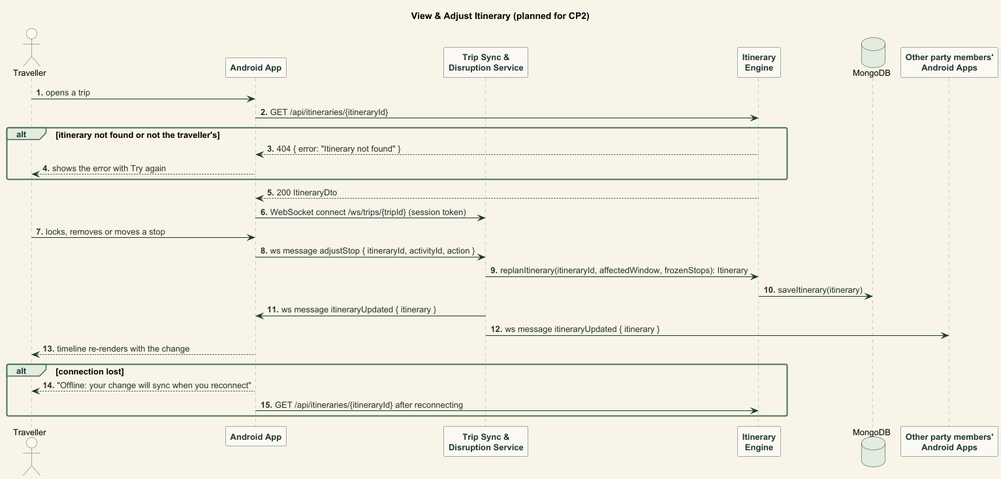
Earlier version of the PlantUML export documentation/images/seq_view_adjust_itinerary.png (abhiverma13/TimeTravel).
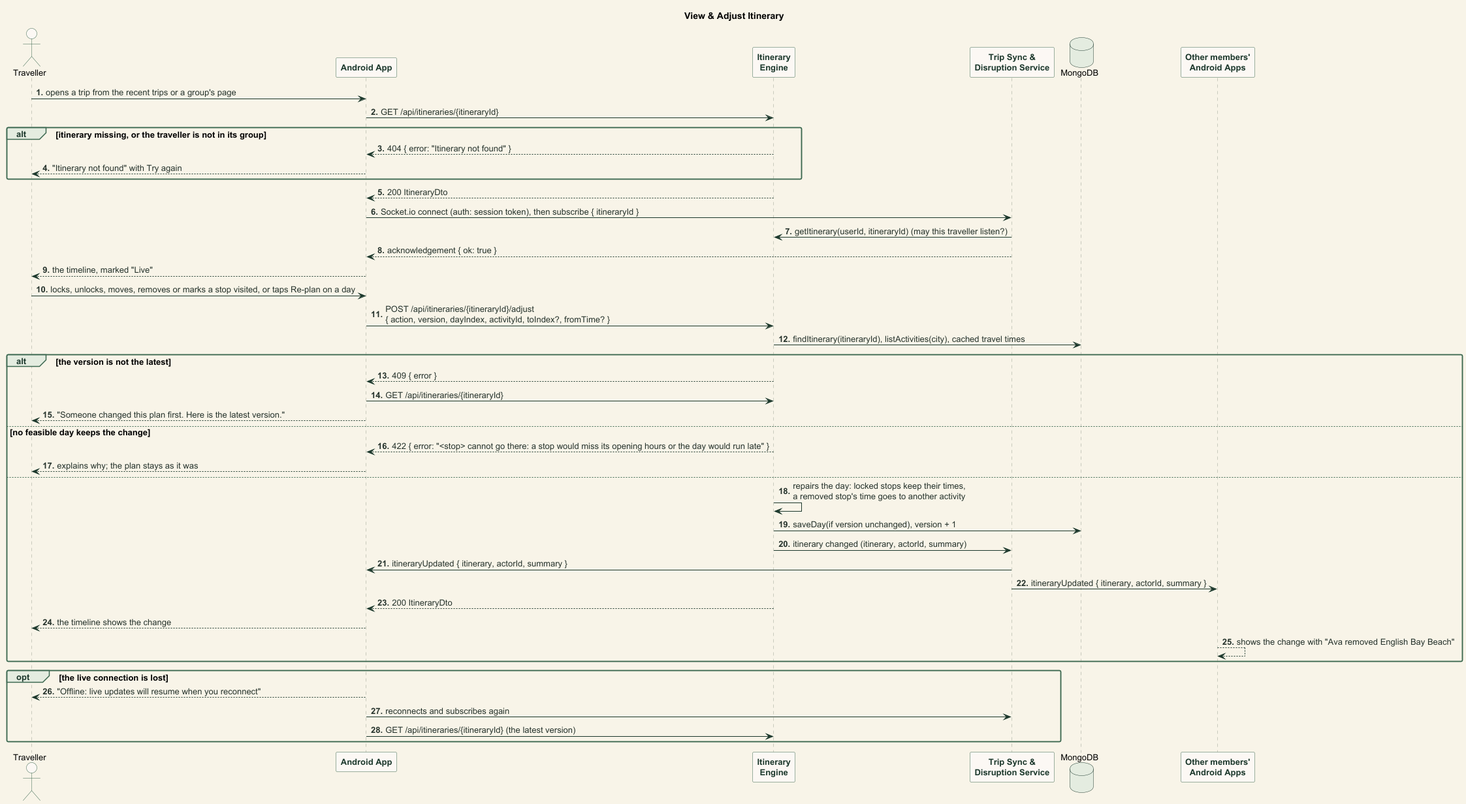
The same diagram one commit later.

What changed in the source:
```diff
@@ -1,31 +1,48 @@
 @startuml seq_view_adjust_itinerary
 !include style.iuml
-title View & Adjust Itinerary (planned for CP2)
+title View & Adjust Itinerary
 
 actor Traveller
 participant "Android App" as App
+participant "Itinerary\nEngine" as Engine
 participant "Trip Sync &\nDisruption Service" as Sync
-participant "Itinerary\nEngine" as Engine
 database MongoDB
-participant "Other party members'\nAndroid Apps" as Party
+participant "Other members'\nAndroid Apps" as Party
 
-Traveller -> App : opens a trip
+Traveller -> App : opens a trip from the recent trips or a group's page
 App -> Engine : GET /api/itineraries/{itineraryId}
-alt itinerary not found or not the traveller's
+alt itinerary missing, or the traveller is not in its group
   Engine --> App : 404 { error: "Itinerary not found" }
-  App --> Traveller : shows the error with Try again
+  App --> Traveller : "Itinerary not found" with Try again
 end
 Engine --> App : 200 ItineraryDto
-App -> Sync : WebSocket connect /ws/trips/{tripId} (session token)
-Traveller -> App : locks, removes or moves a stop
-App -> Sync : ws message adjustStop { itineraryId, activityId, action }
-Sync -> Engine : replanItinerary(itineraryId, affectedWindow, frozenStops): Itinerary
-Engine -> MongoDB : saveItinerary(itinerary)
-Sync -> App : ws message itineraryUpdated { itinerary }
-Sync -> Party : ws message itineraryUpdated { itinerary }
-App --> Traveller : timeline re-renders with the change
-alt connection lost
-  App --> Traveller : "Offline: your change will sync when you reconnect"
-  App -> Engine : GET /api/itineraries/{itineraryId} after reconnecting
+App -> Sync : Socket.io connect (auth: session token), then subscribe { itineraryId }
+Sync -> Engine : getItinerary(userId, itineraryId) (may this traveller listen?)
+Sync --> App : acknowledgement { ok: true }
+App --> Traveller : the timeline, marked "Live"
+Traveller -> App : locks, unlocks, moves, removes or marks a stop visited, or taps Re-plan on a day
+App -> Engine : POST /api/itineraries/{itineraryId}/adjust\n{ action, version, dayIndex, activityId, toIndex?, fromTime? }
+Engine -> MongoDB : findItinerary(itineraryId), listActivities(city), cached travel times
+alt the version is not the latest
+  Engine --> App : 409 { error }
+  App -> Engine : GET /api/itineraries/{itineraryId}
+  App --> Traveller : "Someone changed this plan first. Here is the latest version."
+else no feasible day keeps the change
+  Engine --> App : 422 { error: "<stop> cannot go there: a stop would miss its opening hours or the day would run late" }
+  App --> Traveller : explains why; the plan stays as it was
+else
+  Engine -> Engine : repairs the day: locked stops keep their times,\na removed stop's time goes to another activity
+  Engine -> MongoDB : saveDay(if version unchanged), version + 1
+  Engine -> Sync : itinerary changed (itinerary, actorId, summary)
+  Sync -> App : itineraryUpdated { itinerary, actorId, summary }
+  Sync -> Party : itineraryUpdated { itinerary, actorId, summary }
+  Engine --> App : 200 ItineraryDto
+  App --> Traveller : the timeline shows the change
+  Party --> Party : shows the change with "Ava removed English Bay Beach"
+end
+opt the live connection is lost
+  App --> Traveller : "Offline: live updates will resume when you reconnect"
+  App -> Sync : reconnects and subscribes again
+  App -> Engine : GET /api/itineraries/{itineraryId} (the latest version)
 end
 @enduml
```
